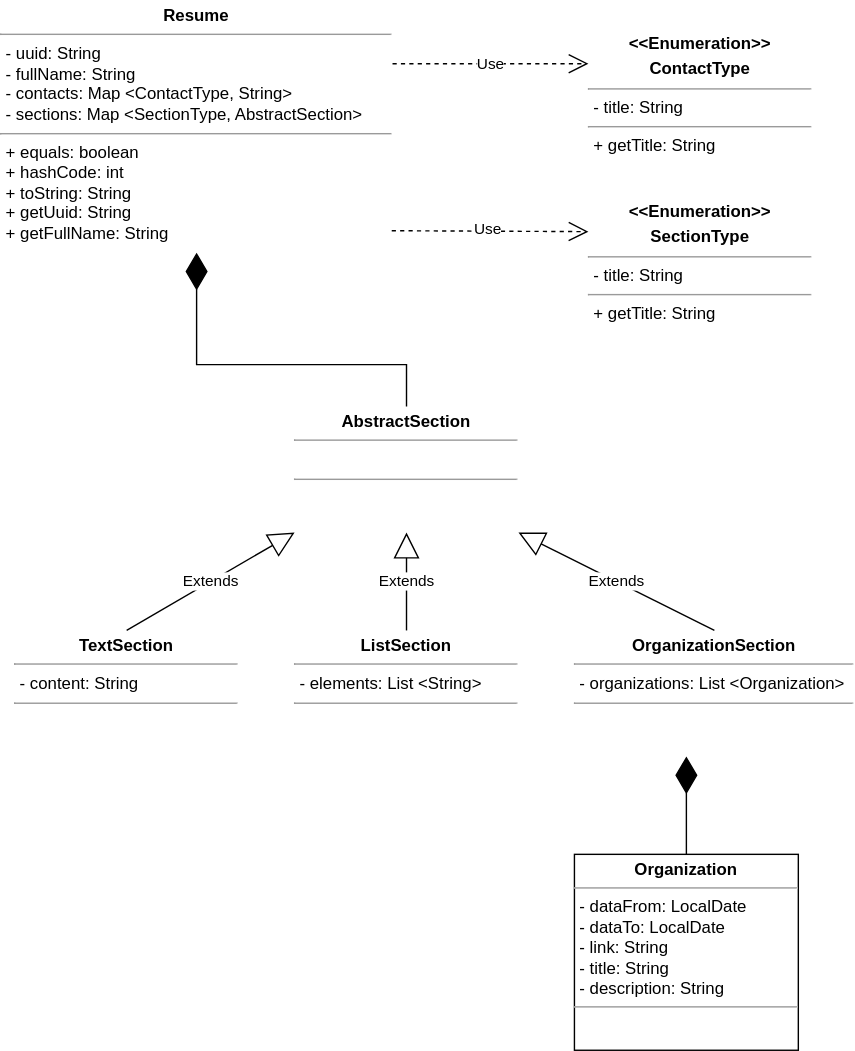
The draw.io diagram src/resumeUML.svg in TemaZhuravlev/basejava, before a commit. Source tidied: cells renumbered, new cells last; positions are measured from the earlier drawing's top-left corner, leaving out a move shared by most shapes.
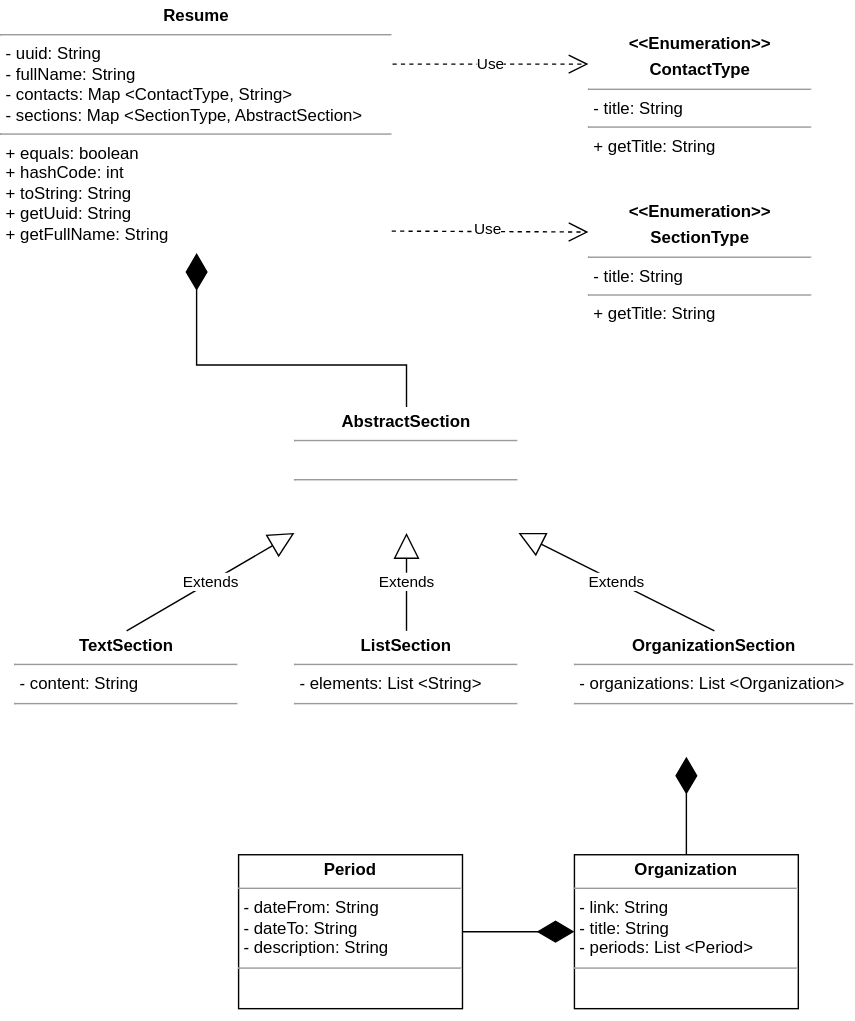
The same diagram one commit later.

Commit message:
add OrganizationSection, Organization, Period

What changed in the source:
```diff
@@ -49,13 +49,22 @@
         </Array>
       </mxGeometry>
     </mxCell>
-    <mxCell id="16" value="&lt;p style=&quot;margin: 0px ; margin-top: 4px ; text-align: center&quot;&gt;&lt;b&gt;Organization&lt;/b&gt;&lt;/p&gt;&lt;hr size=&quot;1&quot;&gt;&lt;p style=&quot;margin: 0px ; margin-left: 4px&quot;&gt;- dataFrom: LocalDate&lt;/p&gt;&lt;p style=&quot;margin: 0px ; margin-left: 4px&quot;&gt;- dataTo: LocalDate&lt;/p&gt;&lt;p style=&quot;margin: 0px ; margin-left: 4px&quot;&gt;- link: String&lt;/p&gt;&lt;p style=&quot;margin: 0px ; margin-left: 4px&quot;&gt;- title: String&lt;/p&gt;&lt;p style=&quot;margin: 0px ; margin-left: 4px&quot;&gt;- description: String&lt;/p&gt;&lt;hr size=&quot;1&quot;&gt;&lt;p style=&quot;margin: 0px ; margin-left: 4px&quot;&gt;&lt;br&gt;&lt;/p&gt;" style="verticalAlign=top;align=left;overflow=fill;fontSize=12;fontFamily=Helvetica;html=1;" parent="1" vertex="1">
-      <mxGeometry x="410" y="610" width="160" height="140" as="geometry" />
+    <mxCell id="16" value="&lt;p style=&quot;margin: 0px ; margin-top: 4px ; text-align: center&quot;&gt;&lt;b&gt;Organization&lt;/b&gt;&lt;/p&gt;&lt;hr size=&quot;1&quot;&gt;&lt;p style=&quot;margin: 0px ; margin-left: 4px&quot;&gt;&lt;span&gt;- link: String&lt;/span&gt;&lt;br&gt;&lt;/p&gt;&lt;p style=&quot;margin: 0px ; margin-left: 4px&quot;&gt;- title: String&lt;/p&gt;&lt;p style=&quot;margin: 0px ; margin-left: 4px&quot;&gt;- periods: List &amp;lt;Period&amp;gt;&lt;/p&gt;&lt;hr size=&quot;1&quot;&gt;&lt;p style=&quot;margin: 0px ; margin-left: 4px&quot;&gt;&lt;br&gt;&lt;/p&gt;" style="verticalAlign=top;align=left;overflow=fill;fontSize=12;fontFamily=Helvetica;html=1;" parent="1" vertex="1">
+      <mxGeometry x="410" y="610" width="160" height="110" as="geometry" />
     </mxCell>
     <mxCell id="17" style="endArrow=diamondThin;endFill=1;endSize=24;html=1;rounded=0;exitX=0.5;exitY=0;exitDx=0;exitDy=0;" parent="1" edge="1" source="16">
       <mxGeometry relative="1" as="geometry">
         <mxPoint x="490" y="540" as="targetPoint" />
       </mxGeometry>
     </mxCell>
+    <mxCell id="18" value="&lt;p style=&quot;margin: 0px ; margin-top: 4px ; text-align: center&quot;&gt;&lt;b&gt;Period&lt;/b&gt;&lt;/p&gt;&lt;hr size=&quot;1&quot;&gt;&lt;p style=&quot;margin: 0px ; margin-left: 4px&quot;&gt;- dateFrom: String&lt;/p&gt;&lt;p style=&quot;margin: 0px ; margin-left: 4px&quot;&gt;- dateTo: String&lt;/p&gt;&lt;p style=&quot;margin: 0px ; margin-left: 4px&quot;&gt;- description: String&lt;/p&gt;&lt;hr size=&quot;1&quot;&gt;&lt;p style=&quot;margin: 0px ; margin-left: 4px&quot;&gt;&lt;br&gt;&lt;/p&gt;" style="verticalAlign=top;align=left;overflow=fill;fontSize=12;fontFamily=Helvetica;html=1;" parent="1" vertex="1">
+      <mxGeometry x="170" y="610" width="160" height="110" as="geometry" />
+    </mxCell>
+    <mxCell id="19" style="edgeStyle=orthogonalEdgeStyle;rounded=0;orthogonalLoop=1;jettySize=auto;html=1;exitX=0.5;exitY=1;exitDx=0;exitDy=0;" parent="1" edge="1" source="16" target="16">
+      <mxGeometry relative="1" as="geometry" />
+    </mxCell>
+    <mxCell id="20" style="endArrow=diamondThin;endFill=1;endSize=24;html=1;rounded=0;exitX=1;exitY=0.5;exitDx=0;exitDy=0;entryX=0;entryY=0.5;entryDx=0;entryDy=0;" parent="1" edge="1" source="18" target="16">
+      <mxGeometry relative="1" as="geometry" />
+    </mxCell>
   </root>
 </mxGraphModel>
```
